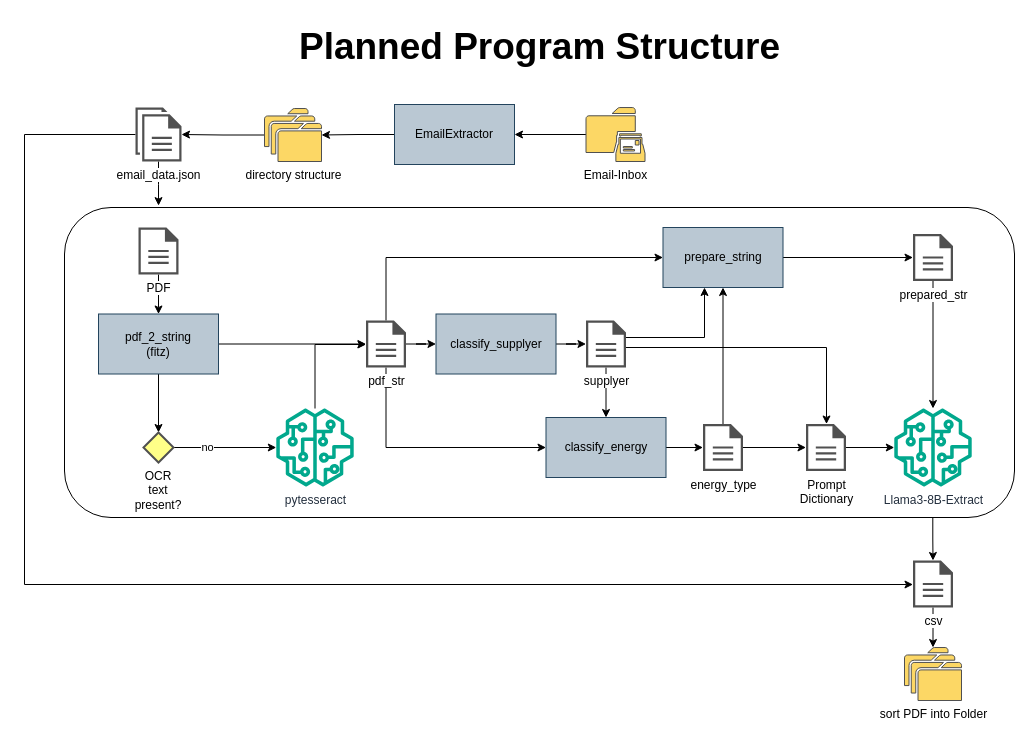
Earlier version of the draw.io diagram page "planned_structure" (1 of 2) of documentation/program_structure.drawio (chradden/invoicereadingassistant). Source tidied: cells renumbered, new cells numbered last; positions are measured from the earlier drawing's top-left corner, leaving out a move shared by most shapes. Both pictures are drawn from the tidied source at 100%, with x=0, y=0 at pixel (24, 17).
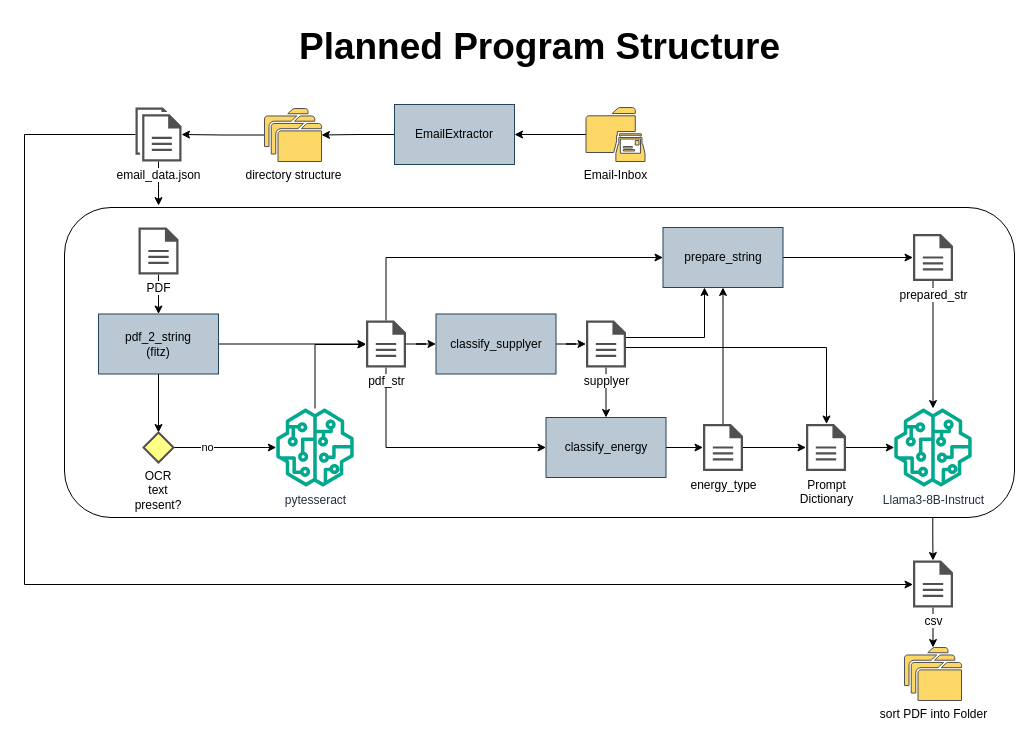
After the change.

Change to the diagram source:
```diff
@@
-    <mxCell id="39" value="Llama3-8B-Extract" style="sketch=0;outlineConnect=0;fontColor=#232F3E;gradientColor=none;fillColor=#01A88D;strokeColor=none;dashed=0;verticalLabelPosition=bottom;verticalAlign=top;align=center;html=1;fontSize=12;fontStyle=0;shape=mxgraph.aws4.sagemaker_model;" parent="1" vertex="1">
+    <mxCell id="39" value="Llama3-8B-Instruct" style="sketch=0;outlineConnect=0;fontColor=#232F3E;gradientColor=none;fillColor=#01A88D;strokeColor=none;dashed=0;verticalLabelPosition=bottom;verticalAlign=top;align=center;html=1;fontSize=12;fontStyle=0;shape=mxgraph.aws4.sagemaker_model;" parent="1" vertex="1">
       <mxGeometry x="869.5" y="391" width="78" height="78" as="geometry" />
     </mxCell>
```
